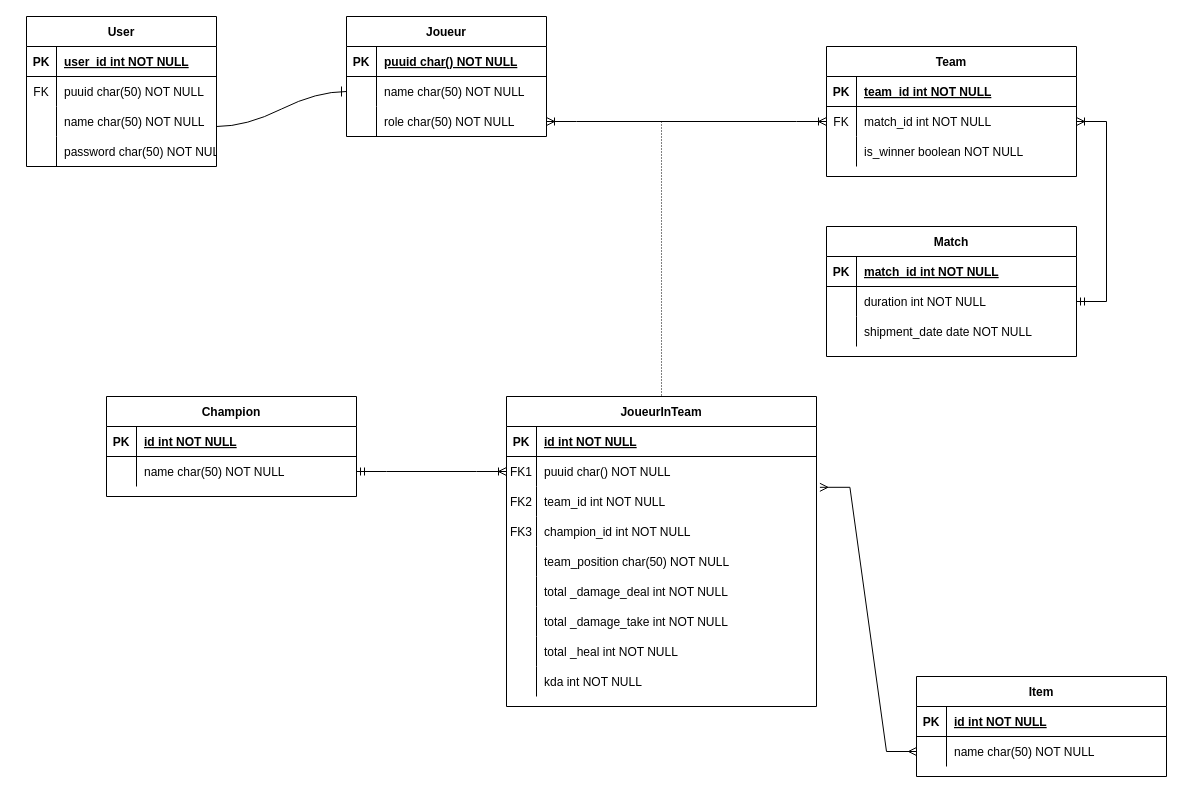
Above: Image Prod/Diagramme de donnees.drawio in Niyo-D-JC/HelpWork (draw.io), before the change. Source tidied: cells renumbered, new cells numbered last; positions are measured from the earlier drawing's top-left corner, leaving out a move shared by most shapes. Both pictures are drawn from the tidied source at 100%, with x=0, y=0 at pixel (26, 16).
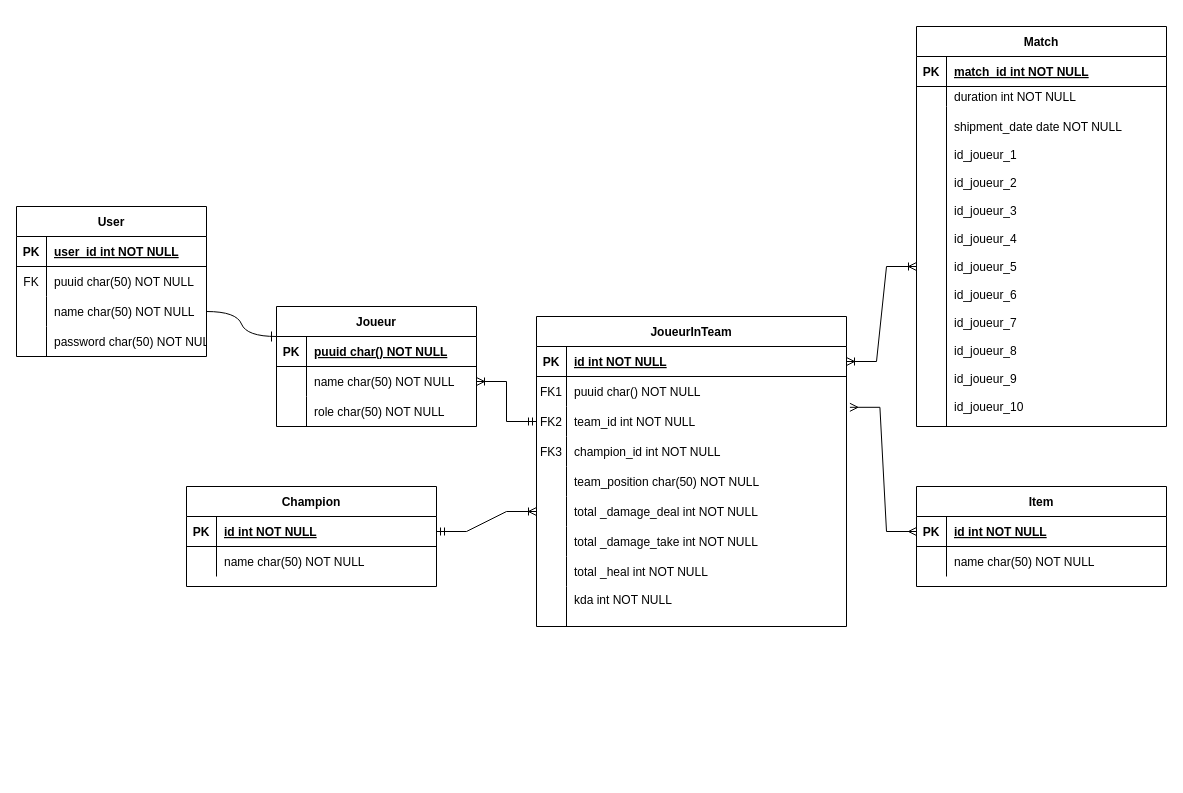
The same page after the edit.

The change refers to these unchanged cells:
```xml
<mxCell id="26" style="shape=partialRectangle;fillColor=none;points=[[0,0.5],[1,0.5]];portConstraint=eastwest;top=0;left=0;right=0;bottom=0;" parent="22" vertex="1">
  <mxGeometry y="60" width="200" height="30" as="geometry" />
</mxCell>
<mxCell id="29" style="shape=partialRectangle;fillColor=none;points=[[0,0.5],[1,0.5]];portConstraint=eastwest;top=0;left=0;right=0;bottom=0;" parent="22" vertex="1">
  <mxGeometry y="90" width="200" height="30" as="geometry" />
</mxCell>
<mxCell id="33" style="shape=partialRectangle;fillColor=none;points=[[0,0.5],[1,0.5]];portConstraint=eastwest;top=0;left=0;right=0;bottom=1;" parent="32" vertex="1">
  <mxGeometry y="30" width="250" height="30" as="geometry" />
</mxCell>
<mxCell id="36" style="shape=partialRectangle;fillColor=none;points=[[0,0.5],[1,0.5]];portConstraint=eastwest;top=0;left=0;right=0;bottom=0;" parent="32" vertex="1">
  <mxGeometry y="60" width="250" height="30" as="geometry" />
</mxCell>
<mxCell id="40" style="shape=partialRectangle;fillColor=none;points=[[0,0.5],[1,0.5]];portConstraint=eastwest;top=0;left=0;right=0;bottom=1;" parent="39" vertex="1">
  <mxGeometry y="30" width="310" height="30" as="geometry" />
</mxCell>
<mxCell id="43" style="shape=partialRectangle;fillColor=none;points=[[0,0.5],[1,0.5]];portConstraint=eastwest;top=0;left=0;right=0;bottom=0;" parent="39" vertex="1">
  <mxGeometry y="60" width="310" height="30" as="geometry" />
</mxCell>
<mxCell id="46" style="shape=partialRectangle;fillColor=none;points=[[0,0.5],[1,0.5]];portConstraint=eastwest;top=0;left=0;right=0;bottom=0;" parent="39" vertex="1">
  <mxGeometry y="90" width="310" height="30" as="geometry" />
</mxCell>
<mxCell id="55" style="shape=partialRectangle;fillColor=none;points=[[0,0.5],[1,0.5]];portConstraint=eastwest;top=0;left=0;right=0;bottom=0;" parent="39" vertex="1">
  <mxGeometry y="180" width="310" height="30" as="geometry" />
</mxCell>
<mxCell id="68" style="shape=partialRectangle;fillColor=none;points=[[0,0.5],[1,0.5]];portConstraint=eastwest;top=0;left=0;right=0;bottom=1;" parent="67" vertex="1">
  <mxGeometry y="30" width="250" height="30" as="geometry" />
</mxCell>
<mxCell id="71" style="shape=partialRectangle;fillColor=none;points=[[0,0.5],[1,0.5]];portConstraint=eastwest;top=0;left=0;right=0;bottom=0;" parent="67" vertex="1">
  <mxGeometry y="60" width="250" height="30" as="geometry" />
</mxCell>
<mxCell id="86" style="shape=partialRectangle;fillColor=none;points=[[0,0.5],[1,0.5]];portConstraint=eastwest;top=0;left=0;right=0;bottom=0;" parent="79" vertex="1">
  <mxGeometry y="90" width="190" height="30" as="geometry" />
</mxCell>
```

What changed in the source:
```diff
@@
-    <mxCell id="2" value="Team" style="shape=table;startSize=30;childLayout=tableLayout;rowLines=0;fontStyle=1;align=center;" parent="1" vertex="1">
-      <mxGeometry x="800" y="30" width="250" height="130" as="geometry" />
-    </mxCell>
-    <mxCell id="3" style="shape=partialRectangle;fillColor=none;top=0;left=0;right=0;bottom=1;" parent="2" vertex="1">
-      <mxGeometry y="30" width="250" height="30" as="geometry" />
-    </mxCell>
-    <mxCell id="4" value="PK" style="shape=partialRectangle;overflow=hidden;fillColor=none;top=0;left=0;bottom=0;right=0;fontStyle=1;" parent="3" vertex="1">
-      <mxGeometry width="30" height="30" as="geometry" />
-    </mxCell>
-    <mxCell id="5" value="team_id int NOT NULL " style="shape=partialRectangle;overflow=hidden;fillColor=none;top=0;left=0;bottom=0;right=0;align=left;spacingLeft=6;fontStyle=5;" parent="3" vertex="1">
-      <mxGeometry x="30" width="220" height="30" as="geometry" />
-    </mxCell>
-    <mxCell id="6" style="shape=partialRectangle;fillColor=none;points=[[0,0.5],[1,0.5]];portConstraint=eastwest;top=0;left=0;right=0;bottom=0;" parent="2" vertex="1">
-      <mxGeometry y="60" width="250" height="30" as="geometry" />
-    </mxCell>
-    <mxCell id="7" value="FK" style="shape=partialRectangle;overflow=hidden;fillColor=none;top=0;left=0;bottom=0;right=0;" parent="6" vertex="1">
-      <mxGeometry width="30" height="30" as="geometry" />
-    </mxCell>
-    <mxCell id="8" value="match_id int NOT NULL" style="shape=partialRectangle;overflow=hidden;fillColor=none;top=0;left=0;bottom=0;right=0;align=left;spacingLeft=6;" parent="6" vertex="1">
-      <mxGeometry x="30" width="220" height="30" as="geometry" />
-    </mxCell>
-    <mxCell id="9" style="shape=partialRectangle;fillColor=none;top=0;left=0;right=0;bottom=0;" parent="2" vertex="1">
-      <mxGeometry y="90" width="250" height="30" as="geometry" />
-    </mxCell>
-    <mxCell id="10" style="shape=partialRectangle;overflow=hidden;fillColor=none;top=0;left=0;bottom=0;right=0;" parent="9" vertex="1">
-      <mxGeometry width="30" height="30" as="geometry" />
-    </mxCell>
-    <mxCell id="11" value="is_winner boolean NOT NULL" style="shape=partialRectangle;overflow=hidden;fillColor=none;top=0;left=0;bottom=0;right=0;align=left;spacingLeft=6;" parent="9" vertex="1">
-      <mxGeometry x="30" width="220" height="30" as="geometry" />
-    </mxCell>
     <mxCell id="12" value="Match" style="shape=table;startSize=30;childLayout=tableLayout;rowLines=0;fontStyle=1;align=center;" parent="1" vertex="1">
-      <mxGeometry x="800" y="210" width="250" height="130" as="geometry" />
+      <mxGeometry x="890" y="10" width="250" height="400" as="geometry" />
     </mxCell>
@@
     <mxCell id="16" style="shape=partialRectangle;fillColor=none;points=[[0,0.5],[1,0.5]];portConstraint=eastwest;top=0;left=0;right=0;bottom=0;" parent="12" vertex="1">
-      <mxGeometry y="60" width="250" height="30" as="geometry" />
+      <mxGeometry y="60" width="250" height="20" as="geometry" />
     </mxCell>
     <mxCell id="17" style="shape=partialRectangle;overflow=hidden;fillColor=none;top=0;left=0;bottom=0;right=0;" parent="16" vertex="1">
-      <mxGeometry width="30" height="30" as="geometry" />
+      <mxGeometry width="30" height="20" as="geometry" />
     </mxCell>
     <mxCell id="18" value="duration int NOT NULL" style="shape=partialRectangle;overflow=hidden;fillColor=none;top=0;left=0;bottom=0;right=0;align=left;spacingLeft=6;" parent="16" vertex="1">
-      <mxGeometry x="30" width="220" height="30" as="geometry" />
+      <mxGeometry x="30" width="220" height="20" as="geometry" />
     </mxCell>
     <mxCell id="19" style="shape=partialRectangle;fillColor=none;points=[[0,0.5],[1,0.5]];portConstraint=eastwest;top=0;left=0;right=0;bottom=0;" parent="12" vertex="1">
-      <mxGeometry y="90" width="250" height="30" as="geometry" />
+      <mxGeometry y="80" width="250" height="320" as="geometry" />
     </mxCell>
     <mxCell id="20" style="shape=partialRectangle;overflow=hidden;fillColor=none;top=0;left=0;bottom=0;right=0;" parent="19" vertex="1">
-      <mxGeometry width="30" height="30" as="geometry" />
+      <mxGeometry width="30" height="320" as="geometry" />
     </mxCell>
-    <mxCell id="21" value="shipment_date date NOT NULL" style="shape=partialRectangle;overflow=hidden;fillColor=none;top=0;left=0;bottom=0;right=0;align=left;spacingLeft=6;" parent="19" vertex="1">
-      <mxGeometry x="30" width="220" height="30" as="geometry" />
+    <mxCell id="21" value="shipment_date date NOT NULL&#10;&#10;id_joueur_1&#10;&#10;id_joueur_2&#10;&#10;id_joueur_3&#10;&#10;id_joueur_4&#10;&#10;id_joueur_5&#10;&#10;id_joueur_6&#10;&#10;id_joueur_7&#10;&#10;id_joueur_8&#10;&#10;id_joueur_9&#10;&#10;id_joueur_10" style="shape=partialRectangle;overflow=hidden;fillColor=none;top=0;left=0;bottom=0;right=0;align=left;spacingLeft=6;" parent="19" vertex="1">
+      <mxGeometry x="30" width="220" height="320" as="geometry" />
     </mxCell>
     <mxCell id="22" value="Joueur" style="shape=table;startSize=30;childLayout=tableLayout;rowLines=0;fontStyle=1;align=center;" parent="1" vertex="1">
-      <mxGeometry x="320" width="200" height="120" as="geometry" />
+      <mxGeometry x="250" y="290" width="200" height="120" as="geometry" />
     </mxCell>
@@
     <mxCell id="32" value="Champion" style="shape=table;startSize=30;childLayout=tableLayout;rowLines=0;fontStyle=1;align=center;" parent="1" vertex="1">
-      <mxGeometry x="80" y="380" width="250" height="100" as="geometry" />
+      <mxGeometry x="160" y="470" width="250" height="100" as="geometry" />
     </mxCell>
@@
     <mxCell id="39" value="JoueurInTeam" style="shape=table;startSize=30;childLayout=tableLayout;rowLines=0;fontStyle=1;align=center;" parent="1" vertex="1">
-      <mxGeometry x="480" y="380" width="310" height="310" as="geometry" />
+      <mxGeometry x="510" y="300" width="310" height="310" as="geometry" />
     </mxCell>
@@
     <mxCell id="64" style="shape=partialRectangle;fillColor=none;top=0;left=0;right=0;bottom=0;" parent="39" vertex="1">
-      <mxGeometry y="270" width="310" height="30" as="geometry" />
+      <mxGeometry y="270" width="310" height="40" as="geometry" />
     </mxCell>
     <mxCell id="65" style="shape=partialRectangle;overflow=hidden;fillColor=none;top=0;left=0;bottom=0;right=0;" parent="64" vertex="1">
-      <mxGeometry width="30" height="30" as="geometry" />
+      <mxGeometry width="30" height="40" as="geometry" />
     </mxCell>
-    <mxCell id="66" value="kda int NOT NULL" style="shape=partialRectangle;overflow=hidden;fillColor=none;top=0;left=0;bottom=0;right=0;align=left;spacingLeft=6;" parent="64" vertex="1">
-      <mxGeometry x="30" width="280" height="30" as="geometry" />
+    <mxCell id="66" value="kda int NOT NULL&#10;" style="shape=partialRectangle;overflow=hidden;fillColor=none;top=0;left=0;bottom=0;right=0;align=left;spacingLeft=6;" parent="64" vertex="1">
+      <mxGeometry x="30" width="280" height="40" as="geometry" />
     </mxCell>
     <mxCell id="67" value="Item" style="shape=table;startSize=30;childLayout=tableLayout;rowLines=0;fontStyle=1;align=center;" parent="1" vertex="1">
-      <mxGeometry x="890" y="660" width="250" height="100" as="geometry" />
+      <mxGeometry x="890" y="470" width="250" height="100" as="geometry" />
     </mxCell>
@@
-    <mxCell id="74" style="edgeStyle=entityRelationEdgeStyle;fontSize=12;html=1;endArrow=ERmany;startArrow=ERmany;rounded=0;entryX=0;entryY=0.5;entryDx=0;entryDy=0;exitX=1.011;exitY=1.027;exitDx=0;exitDy=0;exitPerimeter=0;" parent="1" edge="1" source="43" target="71">
+    <mxCell id="74" style="edgeStyle=entityRelationEdgeStyle;fontSize=12;html=1;endArrow=ERmany;startArrow=ERmany;rounded=0;entryX=0;entryY=0.5;entryDx=0;entryDy=0;exitX=1.011;exitY=1.027;exitDx=0;exitDy=0;exitPerimeter=0;" parent="1" edge="1" source="43" target="68">
       <mxGeometry relative="1" as="geometry" />
     </mxCell>
-    <mxCell id="75" style="edgeStyle=entityRelationEdgeStyle;fontSize=12;html=1;endArrow=ERoneToMany;startArrow=ERmandOne;rounded=0;entryX=0;entryY=0.5;entryDx=0;entryDy=0;" parent="1" edge="1" source="36" target="43">
+    <mxCell id="75" style="edgeStyle=entityRelationEdgeStyle;fontSize=12;html=1;endArrow=ERoneToMany;startArrow=ERmandOne;rounded=0;entryX=0;entryY=0.5;entryDx=0;entryDy=0;exitX=1;exitY=0.5;exitDx=0;exitDy=0;" parent="1" edge="1" source="33" target="55">
       <mxGeometry relative="1" as="geometry" />
     </mxCell>
-    <mxCell id="76" style="edgeStyle=entityRelationEdgeStyle;fontSize=12;html=1;endArrow=ERoneToMany;startArrow=ERmandOne;rounded=0;exitX=1;exitY=0.5;exitDx=0;exitDy=0;" parent="1" edge="1" source="16" target="6">
+    <mxCell id="76" style="edgeStyle=entityRelationEdgeStyle;fontSize=12;html=1;endArrow=ERoneToMany;startArrow=ERmandOne;rounded=0;entryX=1;entryY=0.5;entryDx=0;entryDy=0;exitX=0;exitY=0.5;exitDx=0;exitDy=0;" parent="1" edge="1" source="46" target="26">
       <mxGeometry relative="1" as="geometry">
         <Array as="points">
           <mxPoint x="920" y="125" />
           <mxPoint x="770" y="140" />
           <mxPoint x="790" y="90" />
           <mxPoint x="790" y="140" />
         </Array>
       </mxGeometry>
     </mxCell>
-    <mxCell id="77" style="edgeStyle=entityRelationEdgeStyle;fontSize=12;html=1;endArrow=ERoneToMany;startArrow=ERoneToMany;rounded=0;entryX=0;entryY=0.5;entryDx=0;entryDy=0;exitX=1;exitY=0.5;exitDx=0;exitDy=0;" parent="1" edge="1" source="29" target="6">
+    <mxCell id="77" style="edgeStyle=entityRelationEdgeStyle;fontSize=12;html=1;endArrow=ERoneToMany;startArrow=ERoneToMany;rounded=0;entryX=0;entryY=0.5;entryDx=0;entryDy=0;exitX=1;exitY=0.5;exitDx=0;exitDy=0;" parent="1" edge="1" source="40" target="19">
       <mxGeometry relative="1" as="geometry">
         <Array as="points">
           <mxPoint x="430" y="150" />
           <mxPoint x="460" y="190" />
           <mxPoint x="430" y="140" />
         </Array>
       </mxGeometry>
     </mxCell>
-    <mxCell id="78" style="endArrow=none;html=1;rounded=0;dashed=1;dashPattern=1 2;entryX=0.5;entryY=0;entryDx=0;entryDy=0;startSize=6;" parent="1" edge="1" target="39">
-      <mxGeometry relative="1" as="geometry">
-        <mxPoint x="635" y="105" as="sourcePoint" />
-      </mxGeometry>
-    </mxCell>
     <mxCell id="79" value="User" style="shape=table;startSize=30;childLayout=tableLayout;rowLines=0;fontStyle=1;align=center;" parent="1" vertex="1">
-      <mxGeometry width="190" height="150" as="geometry" />
+      <mxGeometry x="-10" y="190" width="190" height="150" as="geometry" />
     </mxCell>
@@
-    <mxCell id="92" style="edgeStyle=entityRelationEdgeStyle;fontSize=12;html=1;endArrow=ERone;endFill=1;rounded=0;startSize=8;endSize=8;curved=1;entryX=0;entryY=0.5;entryDx=0;entryDy=0;" parent="1" edge="1" target="26">
-      <mxGeometry relative="1" as="geometry">
-        <mxPoint x="190" y="110" as="sourcePoint" />
-      </mxGeometry>
+    <mxCell id="92" style="edgeStyle=entityRelationEdgeStyle;fontSize=12;html=1;endArrow=ERone;endFill=1;rounded=0;startSize=8;endSize=8;curved=1;entryX=0;entryY=0.25;entryDx=0;entryDy=0;exitX=1;exitY=0.5;exitDx=0;exitDy=0;" parent="1" edge="1" source="86" target="22">
+      <mxGeometry relative="1" as="geometry" />
     </mxCell>
```
